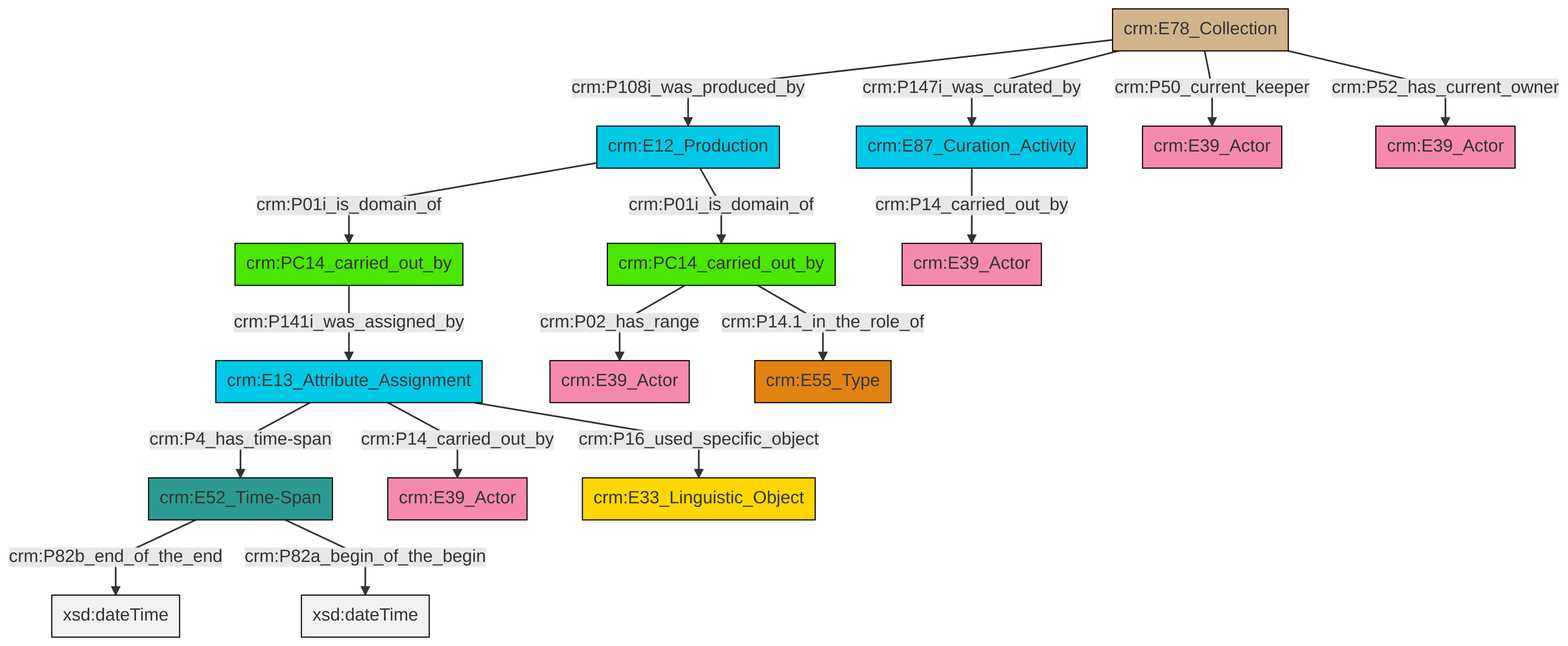
Before: et/archivalCSV/ttl/mmd/png/archival_relation.png, a diagram exported from Mermaid (swiss-art-research-net/docs.swissartresearch). Its source is kept beside it as et/archivalCSV/ttl/mmd/archival_relation.ttl.mmd.
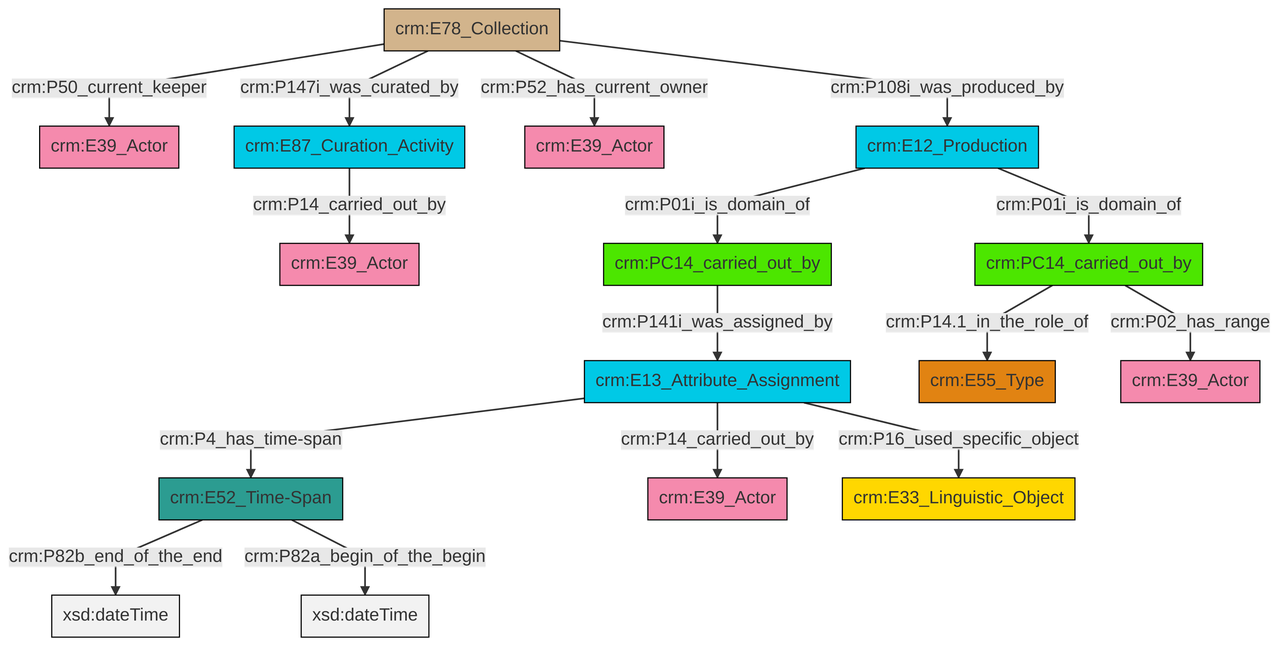
The same file after the commit.

Diff of the diagram source:
```diff
@@ -13,18 +13,18 @@
 classDef PC_Classes fill:#4ce600, stroke:#000000;
 classDef Multi fill:#cccccc,stroke:#000000;
 
-0["crm:E52_Time-Span"]:::Time-Span -->|crm:P82b_end_of_the_end| 1[xsd:dateTime]:::Literal
-4["crm:E12_Production"]:::Temporal_Entity -->|crm:P01i_is_domain_of| 5["crm:PC14_carried_out_by"]:::PC_Classes
-4["crm:E12_Production"]:::Temporal_Entity -->|crm:P01i_is_domain_of| 6["crm:PC14_carried_out_by"]:::PC_Classes
-7["crm:E13_Attribute_Assignment"]:::Temporal_Entity -->|crm:P14_carried_out_by| 8["crm:E39_Actor"]:::Actor
-5["crm:PC14_carried_out_by"]:::PC_Classes -->|crm:P02_has_range| 9["crm:E39_Actor"]:::Actor
-7["crm:E13_Attribute_Assignment"]:::Temporal_Entity -->|crm:P4_has_time-span| 0["crm:E52_Time-Span"]:::Time-Span
-2["crm:E78_Collection"]:::Physical_Thing -->|crm:P50_current_keeper| 12["crm:E39_Actor"]:::Actor
-5["crm:PC14_carried_out_by"]:::PC_Classes -->|crm:P14.1_in_the_role_of| 18["crm:E55_Type"]:::Type
-2["crm:E78_Collection"]:::Physical_Thing -->|crm:P108i_was_produced_by| 4["crm:E12_Production"]:::Temporal_Entity
-0["crm:E52_Time-Span"]:::Time-Span -->|crm:P82a_begin_of_the_begin| 19[xsd:dateTime]:::Literal
-6["crm:PC14_carried_out_by"]:::PC_Classes -->|crm:P141i_was_assigned_by| 7["crm:E13_Attribute_Assignment"]:::Temporal_Entity
-7["crm:E13_Attribute_Assignment"]:::Temporal_Entity -->|crm:P16_used_specific_object| 21["crm:E33_Linguistic_Object"]:::Conceptual_Object
-2["crm:E78_Collection"]:::Physical_Thing -->|crm:P147i_was_curated_by| 10["crm:E87_Curation_Activity"]:::Temporal_Entity
-2["crm:E78_Collection"]:::Physical_Thing -->|crm:P52_has_current_owner| 24["crm:E39_Actor"]:::Actor
-10["crm:E87_Curation_Activity"]:::Temporal_Entity -->|crm:P14_carried_out_by| 13["crm:E39_Actor"]:::Actor
+2["crm:PC14_carried_out_by"]:::PC_Classes -->|crm:P14.1_in_the_role_of| 0["crm:E55_Type"]:::Type
+3["crm:E13_Attribute_Assignment"]:::Temporal_Entity -->|crm:P4_has_time-span| 4["crm:E52_Time-Span"]:::Time-Span
+9["crm:E78_Collection"]:::Physical_Thing -->|crm:P50_current_keeper| 10["crm:E39_Actor"]:::Actor
+7["crm:E87_Curation_Activity"]:::Temporal_Entity -->|crm:P14_carried_out_by| 11["crm:E39_Actor"]:::Actor
+4["crm:E52_Time-Span"]:::Time-Span -->|crm:P82b_end_of_the_end| 14[xsd:dateTime]:::Literal
+4["crm:E52_Time-Span"]:::Time-Span -->|crm:P82a_begin_of_the_begin| 15[xsd:dateTime]:::Literal
+3["crm:E13_Attribute_Assignment"]:::Temporal_Entity -->|crm:P14_carried_out_by| 16["crm:E39_Actor"]:::Actor
+3["crm:E13_Attribute_Assignment"]:::Temporal_Entity -->|crm:P16_used_specific_object| 5["crm:E33_Linguistic_Object"]:::Conceptual_Object
+2["crm:PC14_carried_out_by"]:::PC_Classes -->|crm:P02_has_range| 19["crm:E39_Actor"]:::Actor
+9["crm:E78_Collection"]:::Physical_Thing -->|crm:P147i_was_curated_by| 7["crm:E87_Curation_Activity"]:::Temporal_Entity
+9["crm:E78_Collection"]:::Physical_Thing -->|crm:P52_has_current_owner| 23["crm:E39_Actor"]:::Actor
+17["crm:E12_Production"]:::Temporal_Entity -->|crm:P01i_is_domain_of| 20["crm:PC14_carried_out_by"]:::PC_Classes
+9["crm:E78_Collection"]:::Physical_Thing -->|crm:P108i_was_produced_by| 17["crm:E12_Production"]:::Temporal_Entity
+17["crm:E12_Production"]:::Temporal_Entity -->|crm:P01i_is_domain_of| 2["crm:PC14_carried_out_by"]:::PC_Classes
+20["crm:PC14_carried_out_by"]:::PC_Classes -->|crm:P141i_was_assigned_by| 3["crm:E13_Attribute_Assignment"]:::Temporal_Entity
```
